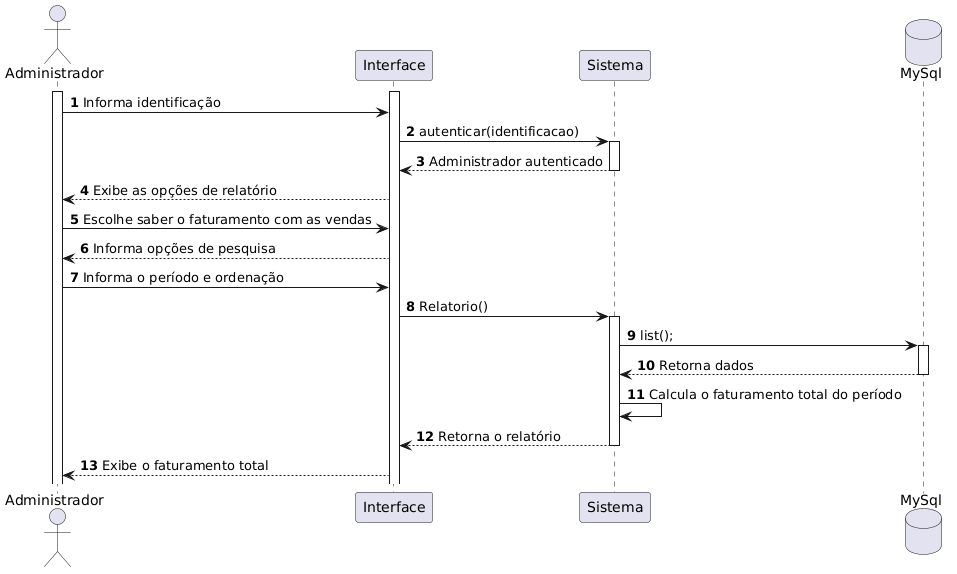
Earlier version of the PlantUML export Documentação/Diagramas/Diagramas de Sequencia/UC5.png (Gnunes27/Projeto-DSC). Its diagram source:
```plantuml
@startuml
autonumber

actor "Administrador" as Adm
participant "Interface" as Tela
participant "Sistema" as Sis
database "MySql" as BD

activate Adm
activate Tela

Adm -> Tela: Informa identificação
Tela -> Sis: autenticar(identificacao)
activate Sis
Sis --> Tela: Administrador autenticado
deactivate Sis
Tela --> Adm: Exibe as opções de relatório

Adm -> Tela: Escolhe saber o faturamento com as vendas
Tela --> Adm: Informa opções de pesquisa

Adm -> Tela: Informa o período e ordenação
Tela -> Sis: Relatorio()
activate Sis

Sis -> BD: list();
activate BD
BD --> Sis: Retorna dados
deactivate BD

Sis -> Sis: Calcula o faturamento total do período
Sis --> Tela: Retorna o relatório
deactivate Sis

Tela --> Adm: Exibe o faturamento total
@enduml
```
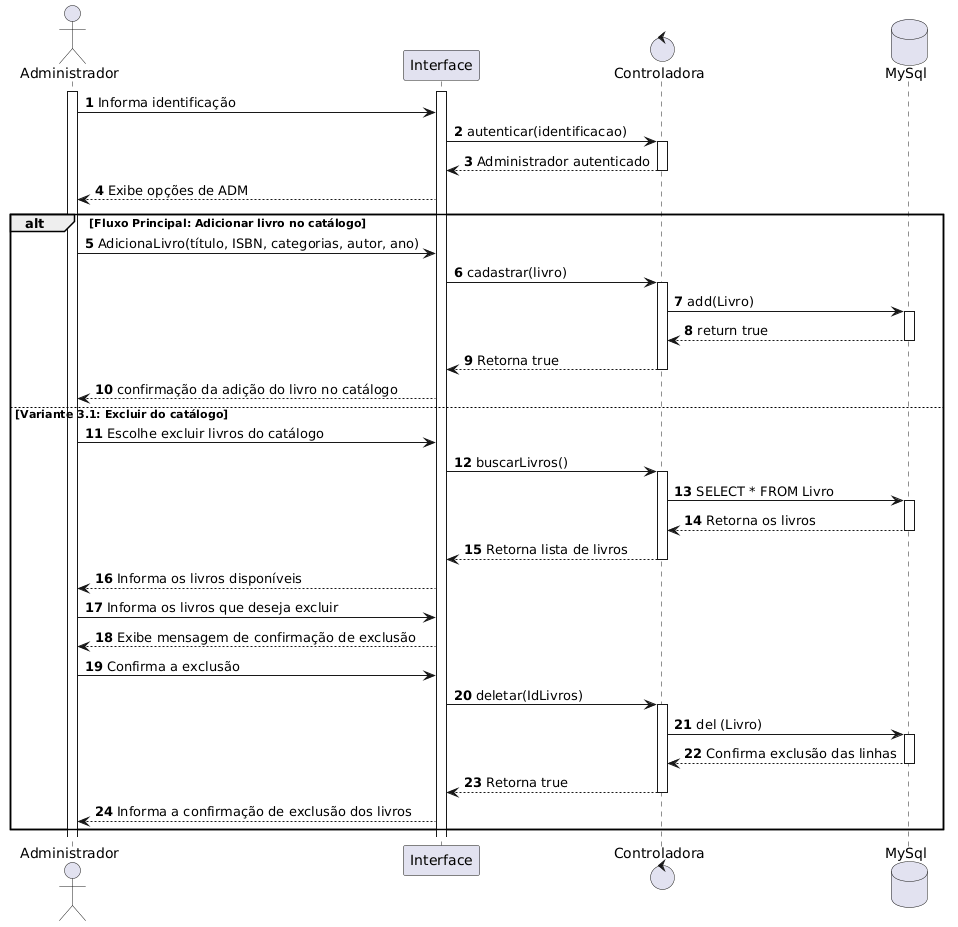
The same file after the commit.

What changed in the source:
```diff
@@ -3,7 +3,7 @@
 
 actor "Administrador" as Adm
 participant "Interface" as Tela
-participant "Sistema" as Sis
+control "Controladora" as Sis
 database "MySql" as BD
 
 activate Adm
@@ -14,23 +14,48 @@
 activate Sis
 Sis --> Tela: Administrador autenticado
 deactivate Sis
-Tela --> Adm: Exibe as opções de relatório
+Tela --> Adm: Exibe opções de ADM
 
-Adm -> Tela: Escolhe saber o faturamento com as vendas
-Tela --> Adm: Informa opções de pesquisa
+alt Fluxo Principal: Adicionar livro no catálogo
+    Adm -> Tela: AdicionaLivro(título, ISBN, categorias, autor, ano)
+    Tela -> Sis: cadastrar(livro)
+    activate Sis
+    Sis -> BD: add(Livro)
+    activate BD
+    BD --> Sis: return true
+    deactivate BD
 
-Adm -> Tela: Informa o período e ordenação
-Tela -> Sis: Relatorio()
-activate Sis
+    Sis --> Tela: Retorna true
+    deactivate Sis
 
-Sis -> BD: list();
-activate BD
-BD --> Sis: Retorna dados
-deactivate BD
+    Tela --> Adm: confirmação da adição do livro no catálogo
 
-Sis -> Sis: Calcula o faturamento total do período
-Sis --> Tela: Retorna o relatório
-deactivate Sis
+else Variante 3.1: Excluir do catálogo
+    Adm -> Tela: Escolhe excluir livros do catálogo
+    Tela -> Sis: buscarLivros()
+    activate Sis
 
-Tela --> Adm: Exibe o faturamento total
+    Sis -> BD: SELECT * FROM Livro
+    activate BD
+    BD --> Sis: Retorna os livros
+    deactivate BD
+
+    Sis --> Tela: Retorna lista de livros
+     deactivate Sis
+    Tela --> Adm: Informa os livros disponíveis
+
+    Adm -> Tela: Informa os livros que deseja excluir
+    Tela --> Adm: Exibe mensagem de confirmação de exclusão
+
+    Adm -> Tela: Confirma a exclusão
+    Tela -> Sis: deletar(IdLivros)
+    activate Sis
+    Sis -> BD: del (Livro)
+    activate BD
+    BD --> Sis: Confirma exclusão das linhas
+    deactivate BD
+    Sis --> Tela: Retorna true
+    deactivate Sis
+    Tela --> Adm: Informa a confirmação de exclusão dos livros
+end
 @enduml
```
